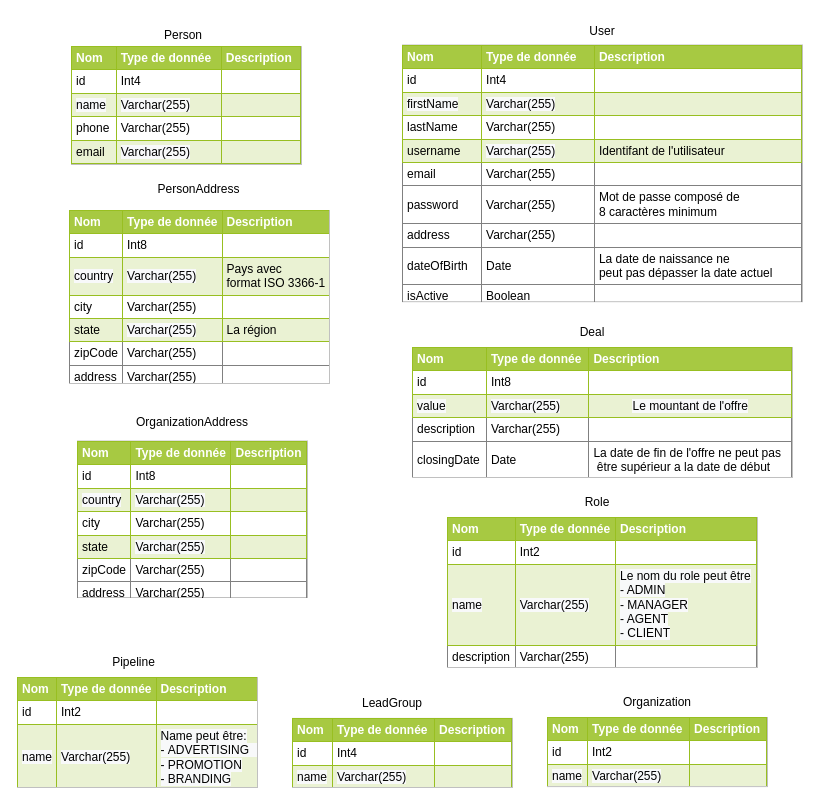
This is page "Data dictionary" (2 of 2) of diagrams/diagrams.drawio from hassanbenhzaine/Projet_file_rouge_2022, a draw.io file, before an edit. Source tidied: cells renumbered, new cells numbered last; positions are measured from the earlier drawing's top-left corner, leaving out a move shared by most shapes. Both pictures are drawn from the tidied source at 100%, with x=0, y=0 at pixel (17, 17).
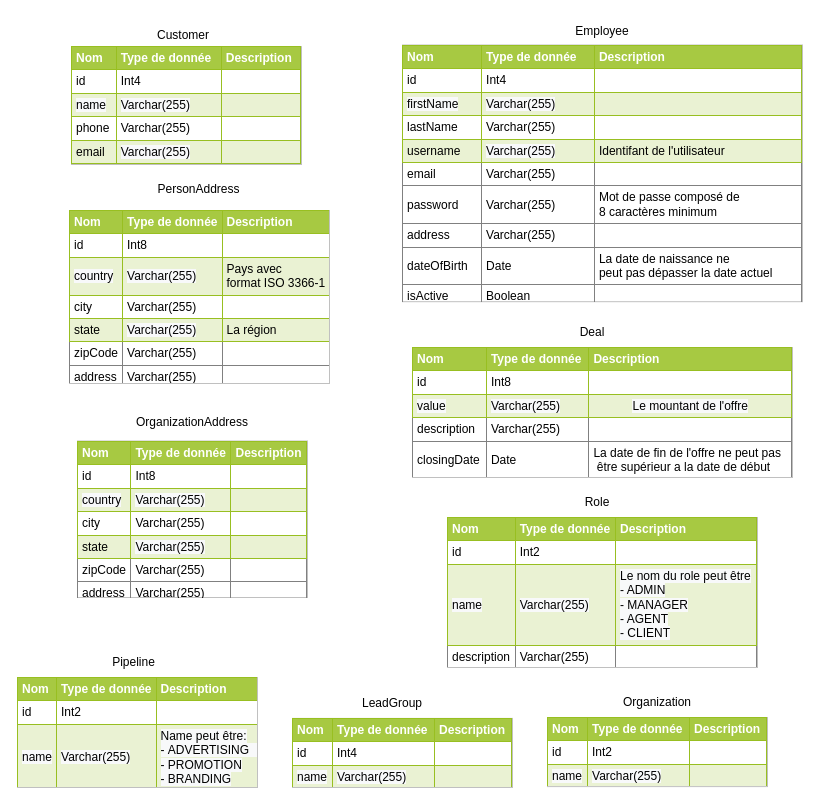
The same page after the edit.

Unchanged cells that the change refers to:
```xml
<mxCell id="2" style="group;" parent="1" vertex="1">
  <mxGeometry x="385" width="400" height="460" as="geometry" />
</mxCell>
<mxCell id="8" style="group;" parent="1" vertex="1">
  <mxGeometry x="54" y="7" width="230" height="140" as="geometry" />
</mxCell>
```

What changed in the source:
```diff
@@
-    <mxCell id="4" value="User" style="text;html=1;strokeColor=none;fillColor=none;align=center;verticalAlign=middle;whiteSpace=wrap;rounded=0;" parent="2" vertex="1">
+    <mxCell id="4" value="Employee" style="text;html=1;strokeColor=none;fillColor=none;align=center;verticalAlign=middle;whiteSpace=wrap;rounded=0;" parent="2" vertex="1">
       <mxGeometry x="170" width="60" height="27.5" as="geometry" />
     </mxCell>
@@
-    <mxCell id="10" value="Person" style="text;html=1;strokeColor=none;fillColor=none;align=center;verticalAlign=middle;whiteSpace=wrap;rounded=0;" parent="8" vertex="1">
+    <mxCell id="10" value="Customer" style="text;html=1;strokeColor=none;fillColor=none;align=center;verticalAlign=middle;whiteSpace=wrap;rounded=0;" parent="8" vertex="1">
       <mxGeometry x="90.6" width="41.8" height="22.1" as="geometry" />
     </mxCell>
```
